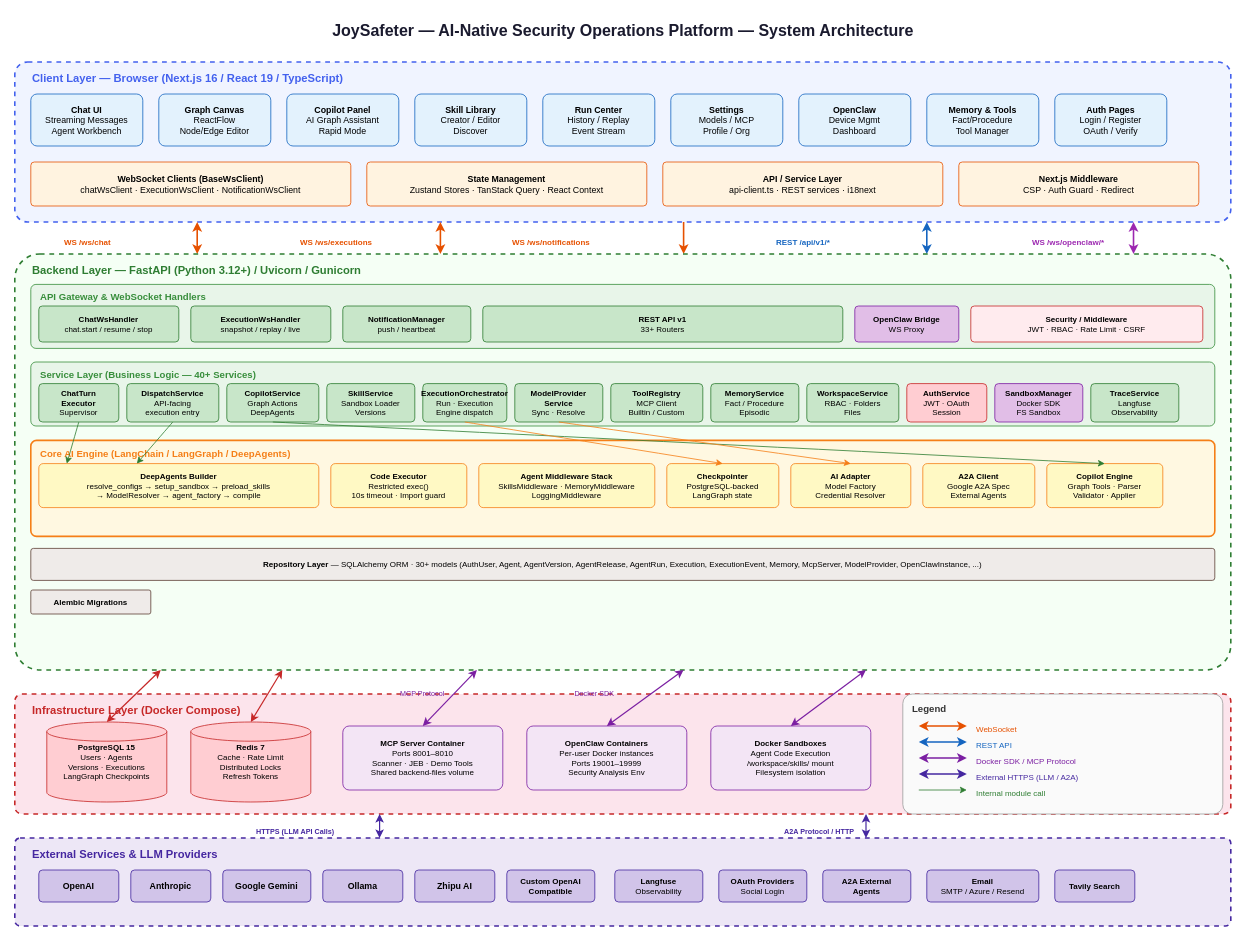
Earlier version of the draw.io diagram docs/architecture-diagram.drawio (jd-opensource/JoySafeter). Source tidied: cells renumbered, new cells numbered last; positions are measured from the earlier drawing's top-left corner, leaving out a move shared by most shapes. Both pictures are drawn from the tidied source at 80%, with x=0, y=0 at pixel (14, 14).
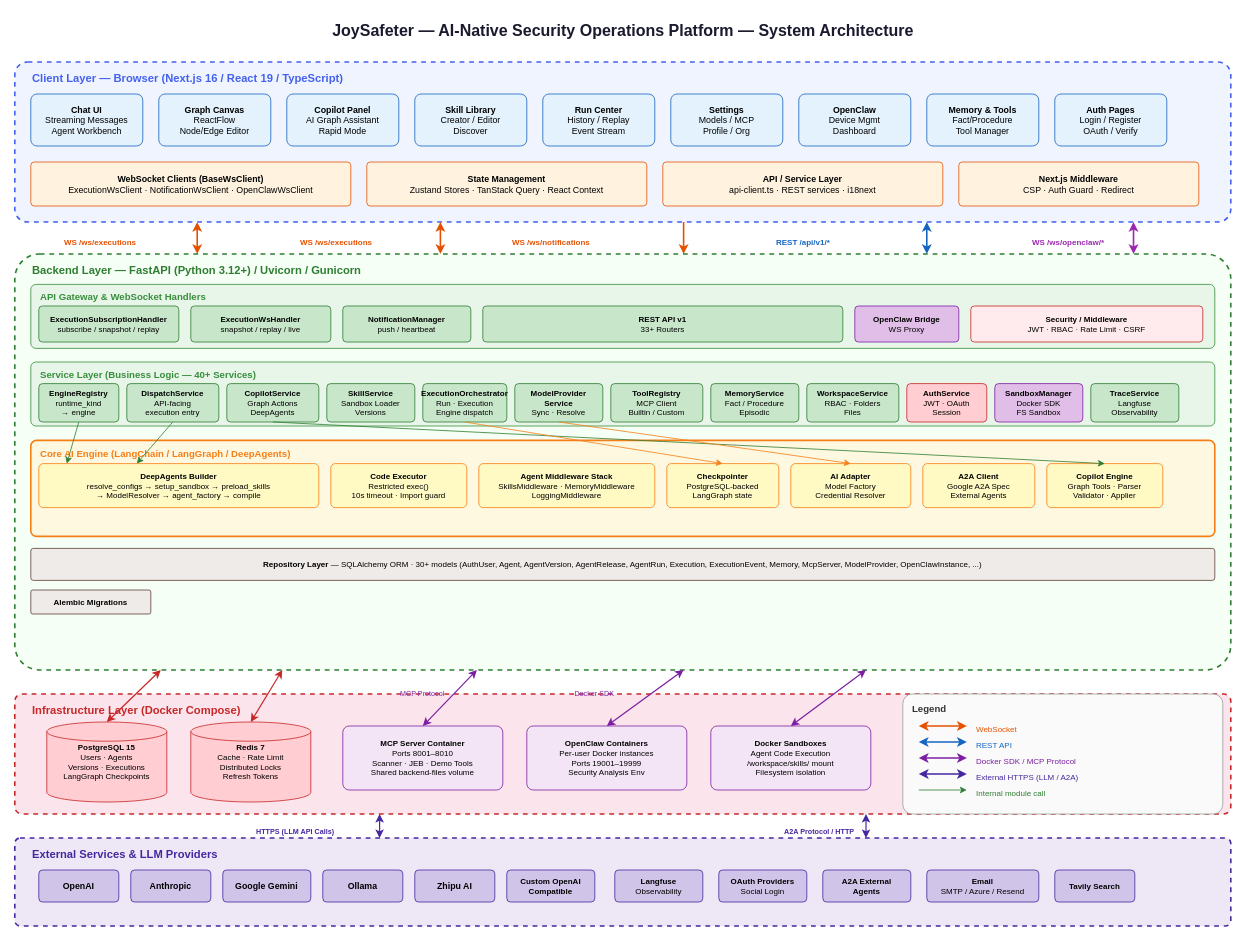
Above is the later version.

Commit message (it also covers changes not shown here):
refactor: update execution error schema and standardize WebSocket endpoint to /ws/executions

Diff of the diagram source:
```diff
@@
-    <mxCell id="14" value="&lt;b&gt;WebSocket Clients (BaseWsClient)&lt;/b&gt;&lt;br/&gt;chatWsClient · ExecutionWsClient · NotificationWsClient" style="rounded=1;whiteSpace=wrap;html=1;fillColor=#fff3e0;strokeColor=#e65100;fontSize=11;arcSize=8;" parent="1" vertex="1">
+    <mxCell id="14" value="&lt;b&gt;WebSocket Clients (BaseWsClient)&lt;/b&gt;&lt;br/&gt;ExecutionWsClient · NotificationWsClient · OpenClawWsClient" style="rounded=1;whiteSpace=wrap;html=1;fillColor=#fff3e0;strokeColor=#e65100;fontSize=11;arcSize=8;" parent="1" vertex="1">
       <mxGeometry x="20" y="185" width="400" height="55" as="geometry" />
     </mxCell>
@@
-    <mxCell id="19" value="WS /ws/chat" style="text;fontSize=10;fontStyle=1;fontColor=#e65100;fillColor=none;strokeColor=none;" parent="1" vertex="1">
+    <mxCell id="19" value="WS /ws/executions" style="text;fontSize=10;fontStyle=1;fontColor=#e65100;fillColor=none;strokeColor=none;" parent="1" vertex="1">
       <mxGeometry x="60" y="273" width="80" height="20" as="geometry" />
     </mxCell>
@@
-    <mxCell id="32" value="&lt;b&gt;ChatWsHandler&lt;/b&gt;&lt;br/&gt;chat.start / resume / stop" style="rounded=1;whiteSpace=wrap;html=1;fillColor=#c8e6c9;strokeColor=#2e7d32;fontSize=10;arcSize=10;" parent="1" vertex="1">
+    <mxCell id="32" value="&lt;b&gt;ExecutionSubscriptionHandler&lt;/b&gt;&lt;br/&gt;subscribe / snapshot / replay" style="rounded=1;whiteSpace=wrap;html=1;fillColor=#c8e6c9;strokeColor=#2e7d32;fontSize=10;arcSize=10;" parent="1" vertex="1">
       <mxGeometry x="30" y="365" width="175" height="45" as="geometry" />
     </mxCell>
@@
-    <mxCell id="40" value="&lt;b&gt;ChatTurn&lt;br/&gt;Executor&lt;/b&gt;&lt;br/&gt;Supervisor" style="rounded=1;whiteSpace=wrap;html=1;fillColor=#c8e6c9;strokeColor=#2e7d32;fontSize=10;arcSize=10;" parent="1" vertex="1">
+    <mxCell id="40" value="&lt;b&gt;EngineRegistry&lt;/b&gt;&lt;br/&gt;runtime_kind&lt;br/&gt;→ engine" style="rounded=1;whiteSpace=wrap;html=1;fillColor=#c8e6c9;strokeColor=#2e7d32;fontSize=10;arcSize=10;" parent="1" vertex="1">
       <mxGeometry x="30" y="462" width="100" height="48" as="geometry" />
     </mxCell>
```
